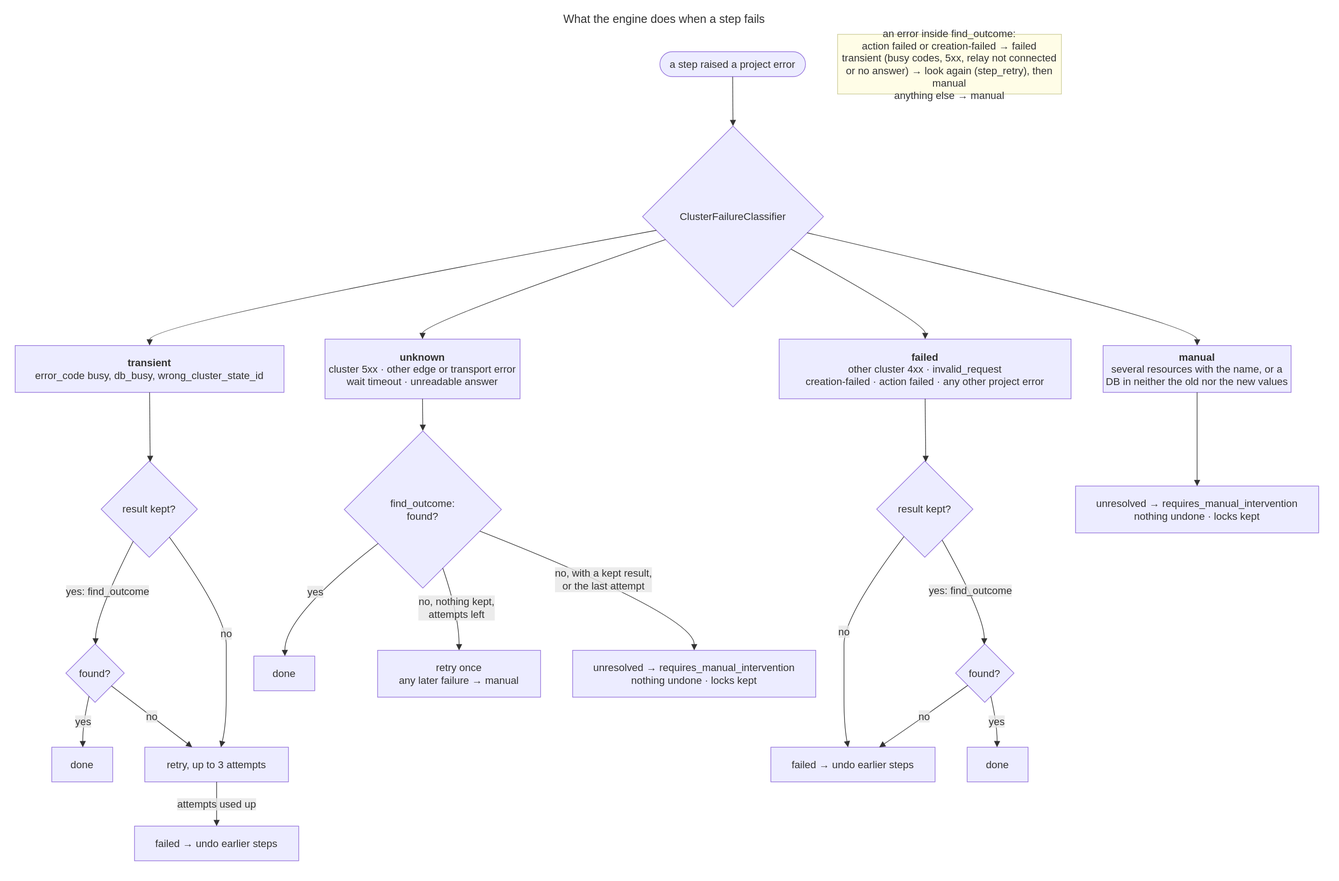
EliShteinman/redis-enterprise-services keeps this draw.io diagram as docs/diagrams/14-flow-failure-classification.drawio.svg. Above is the earlier version. Source tidied: cells renumbered, new cells last; positions are measured from the earlier drawing's top-left corner, leaving out a move shared by most shapes.
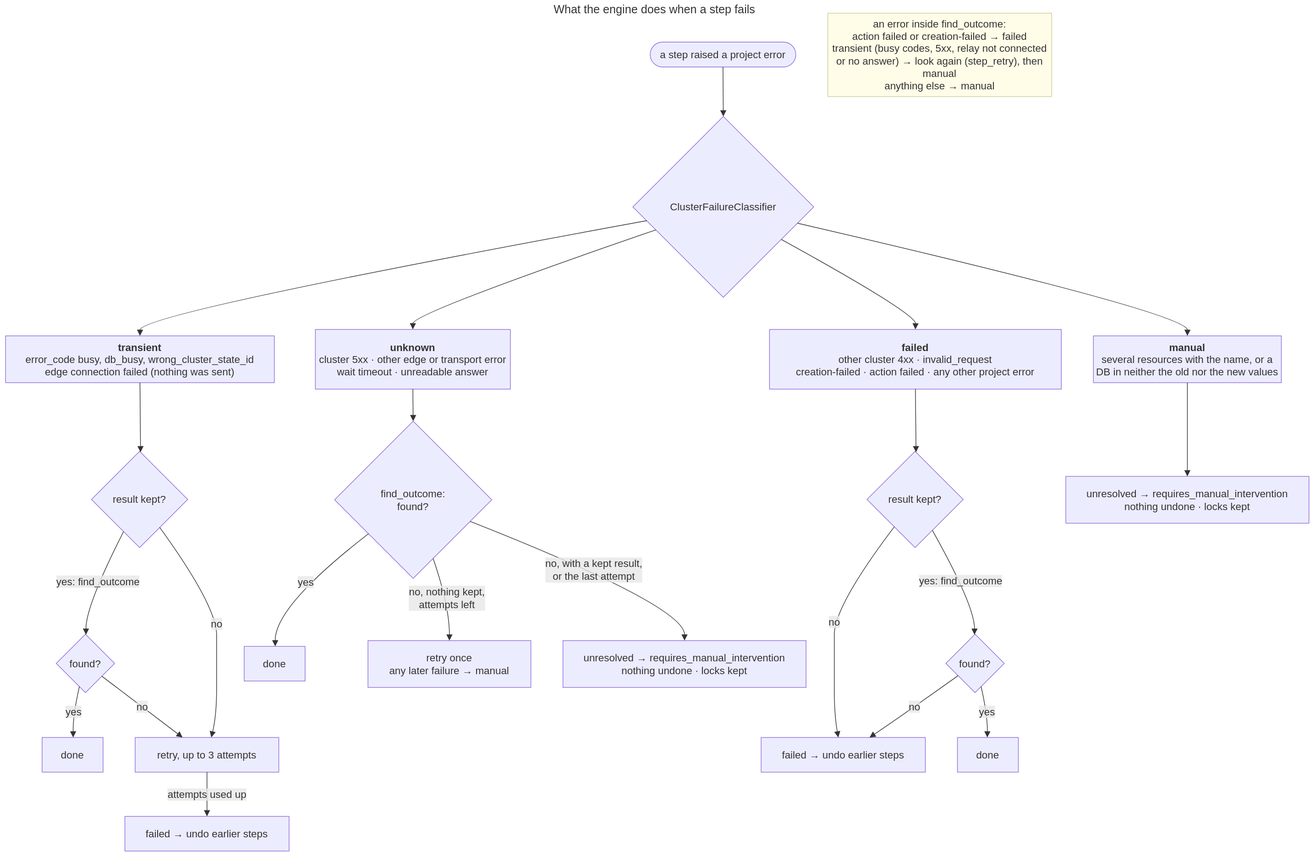
After the change.

Commit message:
docs: a relay that never connected is transient, a cancelled queued operation is rejected, operation errors keep their message

Diff of the diagram source:
```diff
@@ -8,7 +8,7 @@
     <mxCell id="3" value="ClusterFailureClassifier" style="rhombus;html=1;strokeWidth=1;whiteSpace=wrap;fillColor=light-dark(#ECECFF,#1f2020);strokeColor=light-dark(#9370DB,#cccccc);fontColor=light-dark(#333333,#cccccc);fontFamily=Trebuchet MS,Verdana,Arial,sans-serif;fontSize=16;" parent="1" vertex="1">
       <mxGeometry x="986" y="181" width="282" height="282" as="geometry" />
     </mxCell>
-    <mxCell id="4" value="&lt;b&gt;transient&lt;/b&gt;&#10;error_code busy, db_busy, wrong_cluster_state_id" style="html=1;whiteSpace=wrap;strokeWidth=1;fillColor=light-dark(#ECECFF,#1f2020);strokeColor=light-dark(#9370DB,#cccccc);fontColor=light-dark(#333333,#cccccc);fontFamily=Trebuchet MS,Verdana,Arial,sans-serif;fontSize=16;" parent="1" vertex="1">
+    <mxCell id="4" value="&lt;b&gt;transient&lt;/b&gt;&#10;error_code busy, db_busy, wrong_cluster_state_id&#10;edge connection failed (nothing was sent)" style="html=1;whiteSpace=wrap;strokeWidth=1;fillColor=light-dark(#ECECFF,#1f2020);strokeColor=light-dark(#9370DB,#cccccc);fontColor=light-dark(#333333,#cccccc);fontFamily=Trebuchet MS,Verdana,Arial,sans-serif;fontSize=16;" parent="1" vertex="1">
       <mxGeometry x="8" y="523" width="419" height="73" as="geometry" />
     </mxCell>
     <mxCell id="5" value="&lt;b&gt;failed&lt;/b&gt;&#10;other cluster 4xx · invalid_request&#10;creation-failed · action failed · any other project error" style="html=1;whiteSpace=wrap;strokeWidth=1;fillColor=light-dark(#ECECFF,#1f2020);strokeColor=light-dark(#9370DB,#cccccc);fontColor=light-dark(#333333,#cccccc);fontFamily=Trebuchet MS,Verdana,Arial,sans-serif;fontSize=16;" parent="1" vertex="1">
@@ -63,7 +63,7 @@
       <mxGeometry x="1661" y="742" width="379" height="73" as="geometry" />
     </mxCell>
     <mxCell id="22" value="an error inside find_outcome:&#10;action failed or creation-failed → failed&#10;transient (busy codes, 5xx, relay not connected or no answer) → look again (step_retry), then manual&#10;anything else → manual" style="html=1;whiteSpace=wrap;strokeWidth=1;fillColor=#fffde7;strokeColor=#cccc99;fontColor=light-dark(#333333,#cccccc);fontFamily=Trebuchet MS,Verdana,Arial,sans-serif;fontSize=16;" parent="1" vertex="1">
-      <mxGeometry x="1290" y="38" width="349" height="93" as="geometry" />
+      <mxGeometry x="1290" y="20" width="349" height="130" as="geometry" />
     </mxCell>
     <mxCell id="23" style="curved=1;startArrow=none;endArrow=block;endSize=7;strokeColor=light-dark(#333333,#cccccc);exitX=0.5;exitY=1;entryX=0.5;entryY=0;" parent="1" edge="1" source="2" target="3">
       <mxGeometry relative="1" as="geometry" />
```
